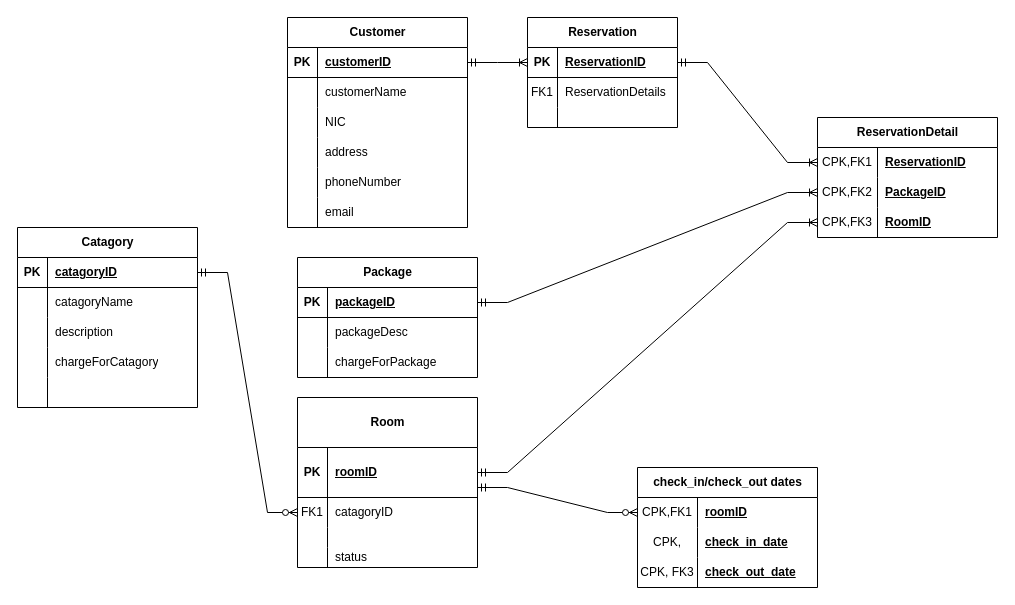
This is relationalDataModel.drawio from ViyathAraliya/CMJD105_CourseWork02_ViyathAraliya, a draw.io file, before an edit. Source tidied: cells renumbered, new cells numbered last; positions are measured from the earlier drawing's top-left corner, leaving out a move shared by most shapes. Both pictures are drawn from the tidied source at 100%, with x=0, y=0 at pixel (17, 17).
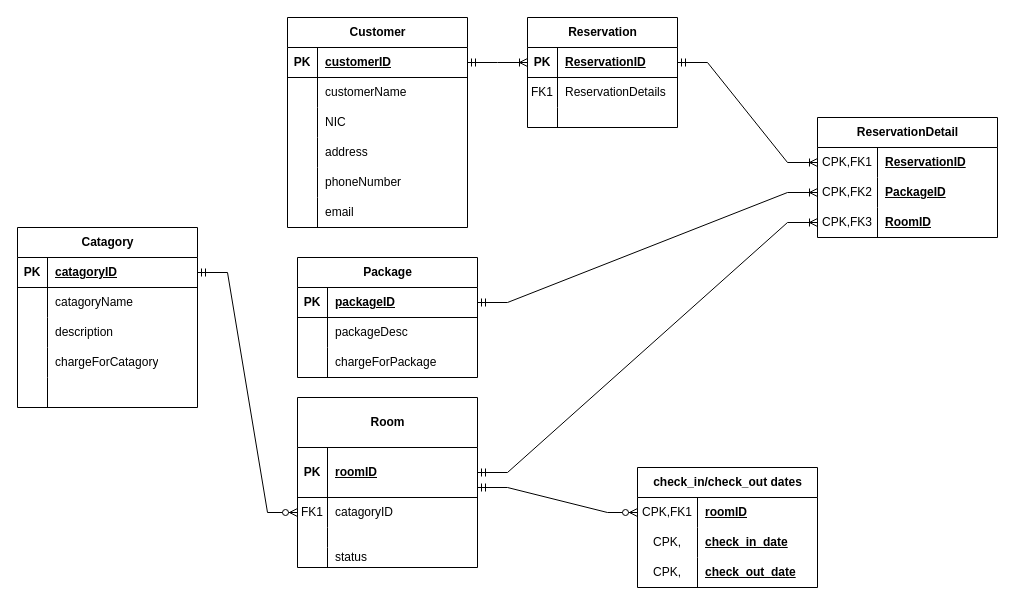
Above is the later version.

The change refers to these unchanged cells:
```xml
<mxCell id="92" style="shape=tableRow;horizontal=0;startSize=0;swimlaneHead=0;swimlaneBody=0;fillColor=none;top=0;left=0;right=0;bottom=0;" parent="85" vertex="1">
  <mxGeometry y="90" width="180" height="30" as="geometry" />
</mxCell>
```

Change to the diagram source:
```diff
@@
-    <mxCell id="93" value="CPK, FK3" style="shape=partialRectangle;fillColor=none;top=0;left=0;bottom=0;right=0;overflow=hidden;whiteSpace=wrap;html=1;" parent="92" vertex="1">
+    <mxCell id="93" value="CPK," style="shape=partialRectangle;fillColor=none;top=0;left=0;bottom=0;right=0;overflow=hidden;whiteSpace=wrap;html=1;" parent="92" vertex="1">
       <mxGeometry width="60" height="30" as="geometry" />
     </mxCell>
```
